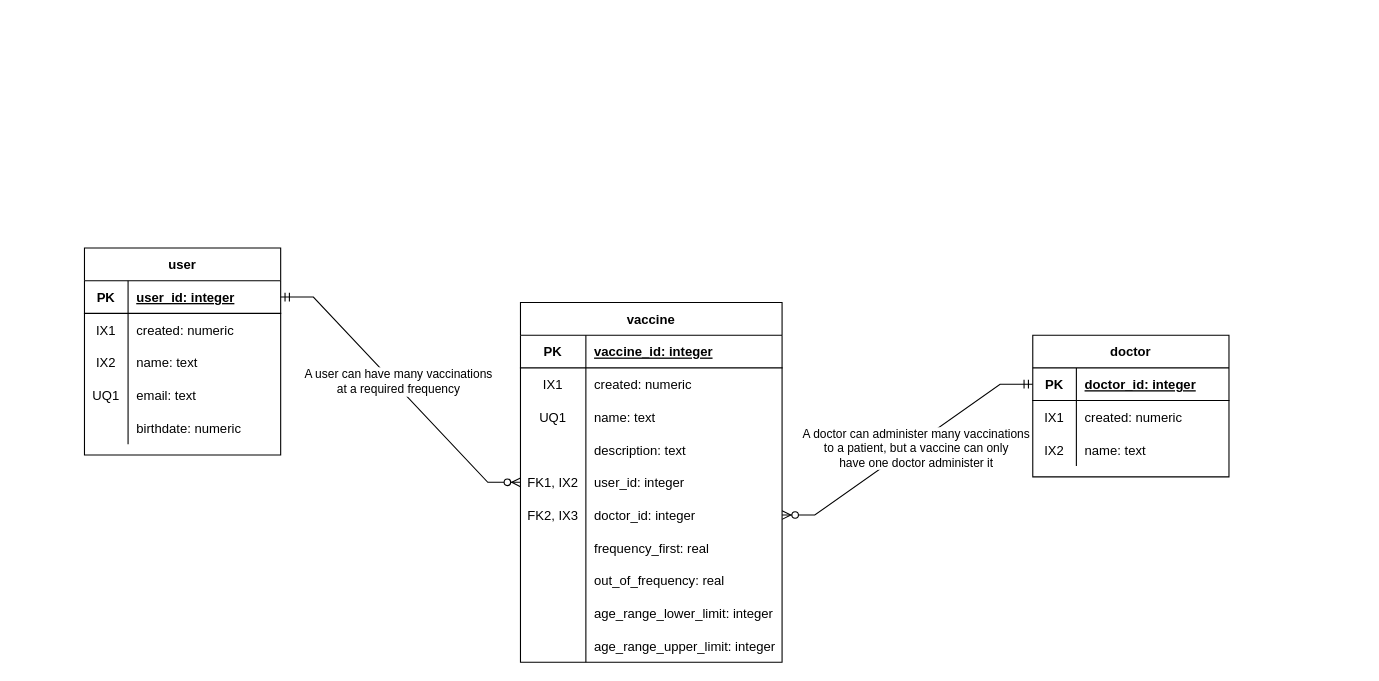
The draw.io diagram docs/work/erd.drawio in ddc-java-14/vaccination-pocket-keeper, before the edit. Source tidied: cells renumbered, new cells numbered last; positions are measured from the earlier drawing's top-left corner, leaving out a move shared by most shapes. Both pictures are drawn from the tidied source at 109%, with x=0, y=0 at pixel (84, 247).
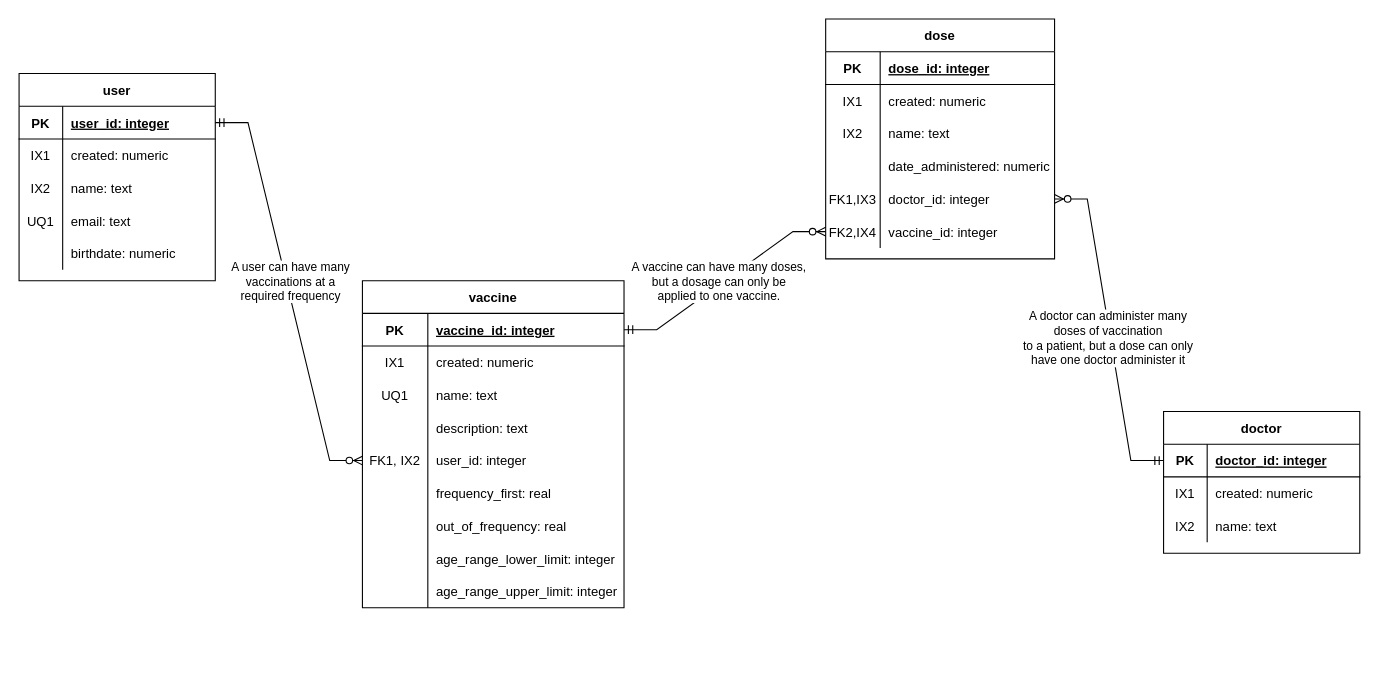
Above is the later version.

Commit message (it also covers changes not shown here):
Third draft of ERD.

The change refers to these unchanged cells:
```xml
<mxCell id="19" style="shape=partialRectangle;fillColor=none;top=0;left=0;bottom=1;right=0;points=[[0,0.5],[1,0.5]];portConstraint=eastwest;" parent="18" vertex="1">
  <mxGeometry y="30" width="240" height="30" as="geometry" />
</mxCell>
<mxCell id="49" style="edgeStyle=entityRelationEdgeStyle;fontSize=12;html=1;endArrow=ERmandOne;startArrow=ERzeroToMany;rounded=0;entryX=1;entryY=0.5;entryDx=0;entryDy=0;endFill=0;" parent="1" edge="1" source="31" target="3">
  <mxGeometry relative="1" as="geometry" />
</mxCell>
<mxCell id="52" style="shape=partialRectangle;fillColor=none;top=0;left=0;bottom=1;right=0;points=[[0,0.5],[1,0.5]];portConstraint=eastwest;" parent="51" vertex="1">
  <mxGeometry y="30" width="180" height="30" as="geometry" />
</mxCell>
```

The edit, as a diff of the source:
```diff
@@
     <mxCell id="2" value="user" style="shape=table;startSize=30;childLayout=tableLayout;rowLines=0;fontStyle=1;align=center;" parent="1" vertex="1">
-      <mxGeometry width="180" height="190" as="geometry" />
+      <mxGeometry x="-60" y="-160" width="180" height="190" as="geometry" />
     </mxCell>
@@
     <mxCell id="18" value="vaccine" style="shape=table;startSize=30;childLayout=tableLayout;rowLines=0;fontStyle=1;align=center;" parent="1" vertex="1">
-      <mxGeometry x="400" y="50" width="240" height="330" as="geometry" />
+      <mxGeometry x="255" y="30" width="240" height="300" as="geometry" />
     </mxCell>
@@
-    <mxCell id="34" style="shape=partialRectangle;fillColor=none;top=0;left=0;bottom=0;right=0;points=[[0,0.5],[1,0.5]];portConstraint=eastwest;" parent="18" vertex="1">
-      <mxGeometry y="180" width="240" height="30" as="geometry" />
-    </mxCell>
-    <mxCell id="35" value="FK2, IX3" style="shape=partialRectangle;fillColor=none;top=0;left=0;bottom=0;right=0;overflow=hidden;" parent="34" vertex="1">
-      <mxGeometry width="60" height="30" as="geometry" />
-    </mxCell>
-    <mxCell id="36" value="doctor_id: integer" style="shape=partialRectangle;fillColor=none;top=0;left=0;bottom=0;right=0;align=left;spacingLeft=6;overflow=hidden;" parent="34" vertex="1">
-      <mxGeometry x="60" width="180" height="30" as="geometry" />
-    </mxCell>
     <mxCell id="37" style="shape=partialRectangle;fillColor=none;top=0;left=0;bottom=0;right=0;" parent="18" vertex="1">
-      <mxGeometry y="210" width="240" height="30" as="geometry" />
+      <mxGeometry y="180" width="240" height="30" as="geometry" />
     </mxCell>
@@
     <mxCell id="40" style="shape=partialRectangle;fillColor=none;top=0;left=0;bottom=0;right=0;" parent="18" vertex="1">
-      <mxGeometry y="240" width="240" height="30" as="geometry" />
+      <mxGeometry y="210" width="240" height="30" as="geometry" />
     </mxCell>
@@
     <mxCell id="43" style="shape=partialRectangle;fillColor=none;top=0;left=0;bottom=0;right=0;" parent="18" vertex="1">
-      <mxGeometry y="270" width="240" height="30" as="geometry" />
+      <mxGeometry y="240" width="240" height="30" as="geometry" />
     </mxCell>
@@
     <mxCell id="46" style="shape=partialRectangle;fillColor=none;top=0;left=0;bottom=0;right=0;" parent="18" vertex="1">
-      <mxGeometry y="300" width="240" height="30" as="geometry" />
+      <mxGeometry y="270" width="240" height="30" as="geometry" />
     </mxCell>
@@
-    <mxCell id="50" value="A user can have many vaccinations &lt;br&gt;at a required frequency" style="edgeLabel;html=1;align=center;verticalAlign=middle;" parent="49" vertex="1">
+    <mxCell id="50" value="A user can have many&lt;br&gt;vaccinations at a &lt;br&gt;required frequency" style="edgeLabel;html=1;align=center;verticalAlign=middle;" parent="49" vertex="1">
       <mxGeometry x="0.05" y="-3" relative="1" as="geometry" />
     </mxCell>
     <mxCell id="51" value="doctor" style="shape=table;startSize=30;childLayout=tableLayout;rowLines=0;fontStyle=1;align=center;" parent="1" vertex="1">
-      <mxGeometry x="870" y="80" width="180" height="130" as="geometry" />
+      <mxGeometry x="990" y="150" width="180" height="130" as="geometry" />
     </mxCell>
@@
-    <mxCell id="61" style="edgeStyle=entityRelationEdgeStyle;fontSize=12;html=1;endArrow=ERmandOne;startArrow=ERzeroToMany;rounded=0;endFill=0;exitX=1;exitY=0.5;exitDx=0;exitDy=0;" parent="1" edge="1" source="34" target="52">
+    <mxCell id="61" style="edgeStyle=entityRelationEdgeStyle;fontSize=12;html=1;endArrow=ERmandOne;startArrow=ERzeroToMany;rounded=0;endFill=0;exitX=1;exitY=0.5;exitDx=0;exitDy=0;" parent="1" edge="1" source="76" target="52">
       <mxGeometry relative="1" as="geometry" />
     </mxCell>
-    <mxCell id="62" value="A doctor can administer many vaccinations &lt;br&gt;to a patient, but a vaccine can only &lt;br&gt;have one doctor administer it" style="edgeLabel;html=1;align=center;verticalAlign=middle;" parent="61" vertex="1">
+    <mxCell id="62" value="A doctor can administer many &lt;br&gt;doses of vaccination&lt;br&gt;to a patient, but a dose can only &lt;br&gt;have one doctor administer it" style="edgeLabel;html=1;align=center;verticalAlign=middle;" parent="61" vertex="1">
       <mxGeometry x="0.05" y="-3" relative="1" as="geometry" />
     </mxCell>
+    <mxCell id="63" value="dose" style="shape=table;startSize=30;childLayout=tableLayout;rowLines=0;fontStyle=1;align=center;" parent="1" vertex="1">
+      <mxGeometry x="680" y="-210" width="210" height="220" as="geometry" />
+    </mxCell>
+    <mxCell id="64" style="shape=partialRectangle;fillColor=none;top=0;left=0;bottom=1;right=0;" parent="63" vertex="1">
+      <mxGeometry y="30" width="210" height="30" as="geometry" />
+    </mxCell>
+    <mxCell id="65" value="PK" style="shape=partialRectangle;fillColor=none;top=0;left=0;bottom=0;right=0;fontStyle=1;overflow=hidden;" parent="64" vertex="1">
+      <mxGeometry width="50" height="30" as="geometry" />
+    </mxCell>
+    <mxCell id="66" value="dose_id: integer" style="shape=partialRectangle;fillColor=none;top=0;left=0;bottom=0;right=0;align=left;spacingLeft=6;fontStyle=5;overflow=hidden;" parent="64" vertex="1">
+      <mxGeometry x="50" width="160" height="30" as="geometry" />
+    </mxCell>
+    <mxCell id="67" style="shape=partialRectangle;fillColor=none;top=0;left=0;bottom=0;right=0;" parent="63" vertex="1">
+      <mxGeometry y="60" width="210" height="30" as="geometry" />
+    </mxCell>
+    <mxCell id="68" value="IX1" style="shape=partialRectangle;fillColor=none;top=0;left=0;bottom=0;right=0;overflow=hidden;" parent="67" vertex="1">
+      <mxGeometry width="50" height="30" as="geometry" />
+    </mxCell>
+    <mxCell id="69" value="created: numeric" style="shape=partialRectangle;fillColor=none;top=0;left=0;bottom=0;right=0;align=left;spacingLeft=6;overflow=hidden;" parent="67" vertex="1">
+      <mxGeometry x="50" width="160" height="30" as="geometry" />
+    </mxCell>
+    <mxCell id="70" style="shape=partialRectangle;fillColor=none;top=0;left=0;bottom=0;right=0;" parent="63" vertex="1">
+      <mxGeometry y="90" width="210" height="30" as="geometry" />
+    </mxCell>
+    <mxCell id="71" value="IX2" style="shape=partialRectangle;fillColor=none;top=0;left=0;bottom=0;right=0;overflow=hidden;" parent="70" vertex="1">
+      <mxGeometry width="50" height="30" as="geometry" />
+    </mxCell>
+    <mxCell id="72" value="name: text" style="shape=partialRectangle;fillColor=none;top=0;left=0;bottom=0;right=0;align=left;spacingLeft=6;overflow=hidden;" parent="70" vertex="1">
+      <mxGeometry x="50" width="160" height="30" as="geometry" />
+    </mxCell>
+    <mxCell id="73" style="shape=partialRectangle;fillColor=none;top=0;left=0;bottom=0;right=0;" parent="63" vertex="1">
+      <mxGeometry y="120" width="210" height="30" as="geometry" />
+    </mxCell>
+    <mxCell id="74" style="shape=partialRectangle;fillColor=none;top=0;left=0;bottom=0;right=0;overflow=hidden;" parent="73" vertex="1">
+      <mxGeometry width="50" height="30" as="geometry" />
+    </mxCell>
+    <mxCell id="75" value="date_administered: numeric" style="shape=partialRectangle;fillColor=none;top=0;left=0;bottom=0;right=0;align=left;spacingLeft=6;overflow=hidden;" parent="73" vertex="1">
+      <mxGeometry x="50" width="160" height="30" as="geometry" />
+    </mxCell>
+    <mxCell id="76" style="shape=partialRectangle;fillColor=none;top=0;left=0;bottom=0;right=0;points=[[0,0.5],[1,0.5]];portConstraint=eastwest;" parent="63" vertex="1">
+      <mxGeometry y="150" width="210" height="30" as="geometry" />
+    </mxCell>
+    <mxCell id="77" value="FK1,IX3" style="shape=partialRectangle;fillColor=none;top=0;left=0;bottom=0;right=0;overflow=hidden;" parent="76" vertex="1">
+      <mxGeometry width="50" height="30" as="geometry" />
+    </mxCell>
+    <mxCell id="36" value="doctor_id: integer" style="shape=partialRectangle;fillColor=none;top=0;left=0;bottom=0;right=0;align=left;spacingLeft=6;overflow=hidden;" parent="76" vertex="1">
+      <mxGeometry x="50" width="160" height="30" as="geometry" />
+    </mxCell>
+    <mxCell id="78" style="shape=partialRectangle;fillColor=none;top=0;left=0;bottom=0;right=0;points=[[0,0.5],[1,0.5]];portConstraint=eastwest;" parent="63" vertex="1">
+      <mxGeometry y="180" width="210" height="30" as="geometry" />
+    </mxCell>
+    <mxCell id="79" value="FK2,IX4" style="shape=partialRectangle;fillColor=none;top=0;left=0;bottom=0;right=0;overflow=hidden;" parent="78" vertex="1">
+      <mxGeometry width="50" height="30" as="geometry" />
+    </mxCell>
+    <mxCell id="80" value="vaccine_id: integer" style="shape=partialRectangle;fillColor=none;top=0;left=0;bottom=0;right=0;align=left;spacingLeft=6;overflow=hidden;" parent="78" vertex="1">
+      <mxGeometry x="50" width="160" height="30" as="geometry" />
+    </mxCell>
+    <mxCell id="81" style="edgeStyle=entityRelationEdgeStyle;fontSize=12;html=1;endArrow=ERmandOne;startArrow=ERzeroToMany;rounded=0;entryX=1;entryY=0.5;entryDx=0;entryDy=0;endFill=0;" parent="1" edge="1" source="78" target="19">
+      <mxGeometry relative="1" as="geometry" />
+    </mxCell>
+    <mxCell id="82" value="A vaccine can have many doses,&lt;br&gt;but a dosage can only be&lt;br&gt;applied to one vaccine." style="edgeLabel;html=1;align=center;verticalAlign=middle;" parent="81" vertex="1">
+      <mxGeometry x="0.05" y="-3" relative="1" as="geometry" />
+    </mxCell>
```
